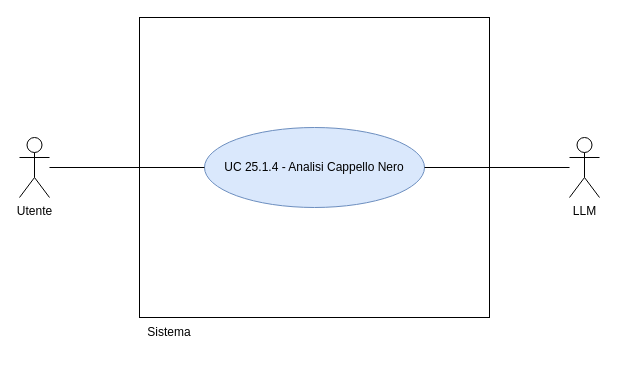
Above: RTB/doc_esterna/analisi-dei-requisiti/assets/draw.io/UC25.1.4.drawio in thebitless-group-swe/thebitless.github.io (draw.io), before the change. Source tidied: cells renumbered, new cells numbered last; positions are measured from the earlier drawing's top-left corner, leaving out a move shared by most shapes. Both pictures are drawn from the tidied source at 100%, with x=0, y=0 at pixel (19, 17).
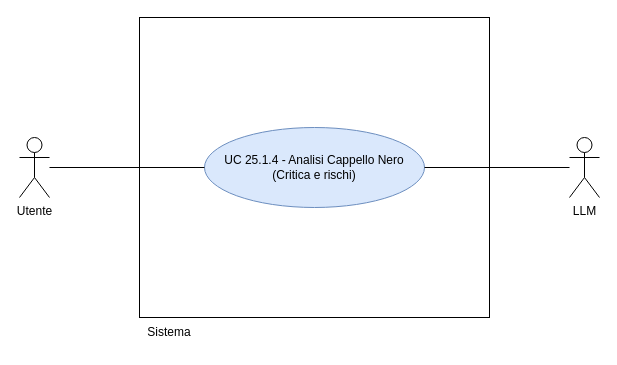
After the change.

The edit, as a diff of the source:
```diff
@@
 <mxGraphModel>
   <root>
     <mxCell id="0" />
     <mxCell id="1" parent="0" />
     <mxCell id="2" value="Utente" style="shape=umlActor;verticalLabelPosition=bottom;verticalAlign=top;html=1;outlineConnect=0;" parent="1" vertex="1">
       <mxGeometry y="120" width="30" height="60" as="geometry" />
     </mxCell>
     <mxCell id="3" value="LLM" style="shape=umlActor;verticalLabelPosition=bottom;verticalAlign=top;html=1;outlineConnect=0;" parent="1" vertex="1">
       <mxGeometry x="550" y="120" width="30" height="60" as="geometry" />
     </mxCell>
     <mxCell id="4" style="whiteSpace=wrap;html=1;" parent="1" vertex="1">
       <mxGeometry x="120" width="350" height="300" as="geometry" />
     </mxCell>
     <mxCell id="5" value="Sistema" style="text;html=1;whiteSpace=wrap;strokeColor=none;fillColor=none;align=center;verticalAlign=middle;rounded=0;" parent="1" vertex="1">
       <mxGeometry x="120" y="300" width="60" height="30" as="geometry" />
     </mxCell>
-    <mxCell id="6" value="UC 25.1.4 - Analisi Cappello Nero" style="ellipse;whiteSpace=wrap;html=1;fillColor=#dae8fc;strokeColor=#6c8ebf;" parent="1" vertex="1">
+    <mxCell id="6" value="UC 25.1.4 - Analisi Cappello Nero&lt;div&gt;(Critica e rischi)&lt;/div&gt;" style="ellipse;whiteSpace=wrap;html=1;fillColor=#dae8fc;strokeColor=#6c8ebf;" parent="1" vertex="1">
       <mxGeometry x="185" y="110" width="220" height="80" as="geometry" />
     </mxCell>
     <mxCell id="7" style="edgeStyle=none;rounded=0;jettySize=auto;html=1;endArrow=none;endFill=0;" parent="1" edge="1" source="2" target="6">
       <mxGeometry relative="1" as="geometry" />
     </mxCell>
     <mxCell id="8" style="edgeStyle=none;rounded=0;jettySize=auto;html=1;endArrow=none;endFill=0;" parent="1" edge="1" source="3" target="6">
       <mxGeometry relative="1" as="geometry" />
     </mxCell>
   </root>
 </mxGraphModel>
```
